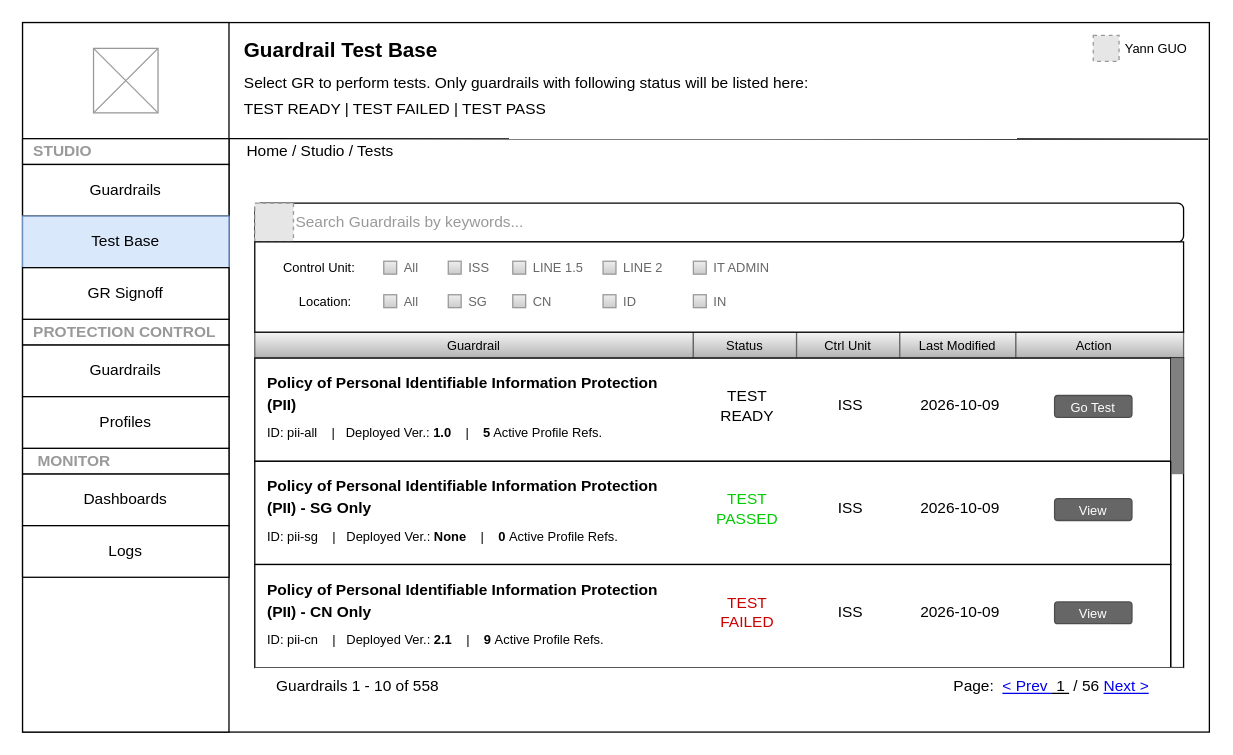
This is page "ST-GR-TST-Index" (7 of 21) of NMGR.drawio from thinker-g/fx-drive, a draw.io file, before an edit. Source tidied: cells renumbered, new cells numbered last; positions are measured from the earlier drawing's top-left corner, leaving out a move shared by most shapes. Both pictures are drawn from the tidied source at 129%, with x=0, y=0 at pixel (22, 22). Pictures stored in the file or linked from it are replaced by grey dashed boxes.
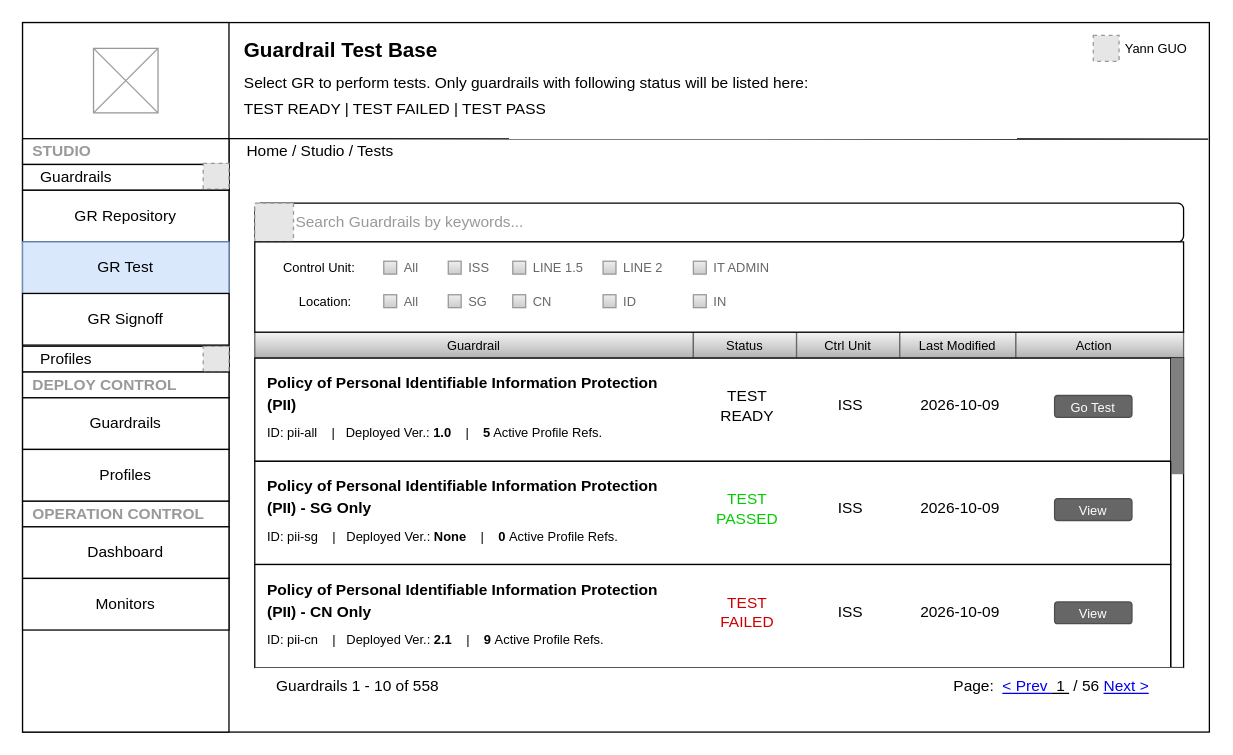
The same diagram, later.

What changed in the source:
```diff
@@
-    <mxCell id="62" value="&amp;nbsp; &amp;nbsp;MONITOR" style="rounded=0;whiteSpace=wrap;html=1;align=left;fontColor=#999999;fontStyle=1;" parent="1" vertex="1">
-      <mxGeometry y="330" width="160" height="20" as="geometry" />
-    </mxCell>
-    <mxCell id="63" value="&amp;nbsp; PROTECTION CONTROL" style="rounded=0;whiteSpace=wrap;html=1;align=left;fontColor=#999999;fontStyle=1;" parent="1" vertex="1">
-      <mxGeometry y="230" width="160" height="20" as="geometry" />
-    </mxCell>
-    <mxCell id="64" value="&amp;nbsp; STUDIO" style="rounded=0;whiteSpace=wrap;html=1;align=left;fontColor=#999999;fontStyle=1;" parent="1" vertex="1">
+    <mxCell id="64" value="STUDIO" style="rounded=0;whiteSpace=wrap;html=1;align=left;fontColor=#999999;fontStyle=1;spacingLeft=6;" parent="1" vertex="1">
       <mxGeometry y="90" width="160" height="20" as="geometry" />
     </mxCell>
-    <mxCell id="65" value="Guardrails" style="rounded=0;whiteSpace=wrap;html=1;" parent="1" vertex="1">
-      <mxGeometry y="110" width="160" height="40" as="geometry" />
-    </mxCell>
-    <mxCell id="66" value="Test Base" style="rounded=0;whiteSpace=wrap;html=1;fillColor=#dae8fc;strokeColor=#6c8ebf;" parent="1" vertex="1">
-      <mxGeometry y="150" width="160" height="40" as="geometry" />
-    </mxCell>
-    <mxCell id="67" value="Guardrails" style="rounded=0;whiteSpace=wrap;html=1;" parent="1" vertex="1">
-      <mxGeometry y="250" width="160" height="40" as="geometry" />
-    </mxCell>
+    <mxCell id="72" value="Guardrails" style="rounded=0;whiteSpace=wrap;html=1;align=left;spacingLeft=12;" parent="1" vertex="1">
+      <mxGeometry y="110" width="160" height="20" as="geometry" />
+    </mxCell>
+    <mxCell id="73" style="fillColor=#E6E6E6;strokeColor=#999999;dashed=1;html=1;verticalAlign=top;verticalLabelPosition=bottom;labelBackgroundColor=#ffffff;" parent="1" vertex="1">
+      <mxGeometry x="140" y="109.1" width="20" height="20" as="geometry" />
+    </mxCell>
+    <mxCell id="74" value="Profiles" style="rounded=0;whiteSpace=wrap;html=1;align=left;spacingLeft=12;" parent="1" vertex="1">
+      <mxGeometry y="250.9" width="160" height="20" as="geometry" />
+    </mxCell>
+    <mxCell id="75" style="fillColor=#E6E6E6;strokeColor=#999999;dashed=1;html=1;verticalAlign=top;verticalLabelPosition=bottom;labelBackgroundColor=#ffffff;" parent="1" vertex="1">
+      <mxGeometry x="140" y="250.9" width="20" height="20" as="geometry" />
+    </mxCell>
+    <mxCell id="76" value="GR Repository" style="rounded=0;whiteSpace=wrap;html=1;" parent="1" vertex="1">
+      <mxGeometry y="130" width="160" height="40" as="geometry" />
+    </mxCell>
+    <mxCell id="77" value="GR Test" style="rounded=0;whiteSpace=wrap;html=1;fillColor=#dae8fc;strokeColor=#6c8ebf;" parent="1" vertex="1">
+      <mxGeometry y="170" width="160" height="40" as="geometry" />
+    </mxCell>
+    <mxCell id="71" value="GR Signoff" style="rounded=0;whiteSpace=wrap;html=1;" parent="1" vertex="1">
+      <mxGeometry y="210" width="160" height="40" as="geometry" />
+    </mxCell>
+    <mxCell id="78" value="OPERATION CONTROL" style="rounded=0;whiteSpace=wrap;html=1;align=left;fontColor=#999999;fontStyle=1;spacingLeft=6;" parent="1" vertex="1">
+      <mxGeometry y="370.9" width="160" height="20" as="geometry" />
+    </mxCell>
+    <mxCell id="79" value="DEPLOY CONTROL" style="rounded=0;whiteSpace=wrap;html=1;align=left;fontColor=#999999;fontStyle=1;spacingLeft=6;" parent="1" vertex="1">
+      <mxGeometry y="270.9" width="160" height="20" as="geometry" />
+    </mxCell>
+    <mxCell id="80" value="Guardrails" style="rounded=0;whiteSpace=wrap;html=1;" parent="1" vertex="1">
+      <mxGeometry y="290.9" width="160" height="40" as="geometry" />
+    </mxCell>
     <mxCell id="68" value="Profiles" style="rounded=0;whiteSpace=wrap;html=1;" parent="1" vertex="1">
-      <mxGeometry y="290" width="160" height="40" as="geometry" />
+      <mxGeometry y="330.9" width="160" height="40" as="geometry" />
     </mxCell>
-    <mxCell id="69" value="Dashboards" style="rounded=0;whiteSpace=wrap;html=1;" parent="1" vertex="1">
-      <mxGeometry y="350" width="160" height="40" as="geometry" />
-    </mxCell>
-    <mxCell id="70" value="Logs" style="rounded=0;whiteSpace=wrap;html=1;" parent="1" vertex="1">
-      <mxGeometry y="390" width="160" height="40" as="geometry" />
-    </mxCell>
-    <mxCell id="71" value="GR Signoff" style="rounded=0;whiteSpace=wrap;html=1;" parent="1" vertex="1">
-      <mxGeometry y="190" width="160" height="40" as="geometry" />
-    </mxCell>
+    <mxCell id="81" value="Dashboard" style="rounded=0;whiteSpace=wrap;html=1;" parent="1" vertex="1">
+      <mxGeometry y="390.9" width="160" height="40" as="geometry" />
+    </mxCell>
+    <mxCell id="82" value="Monitors" style="rounded=0;whiteSpace=wrap;html=1;" parent="1" vertex="1">
+      <mxGeometry y="430.9" width="160" height="40" as="geometry" />
+    </mxCell>
```
